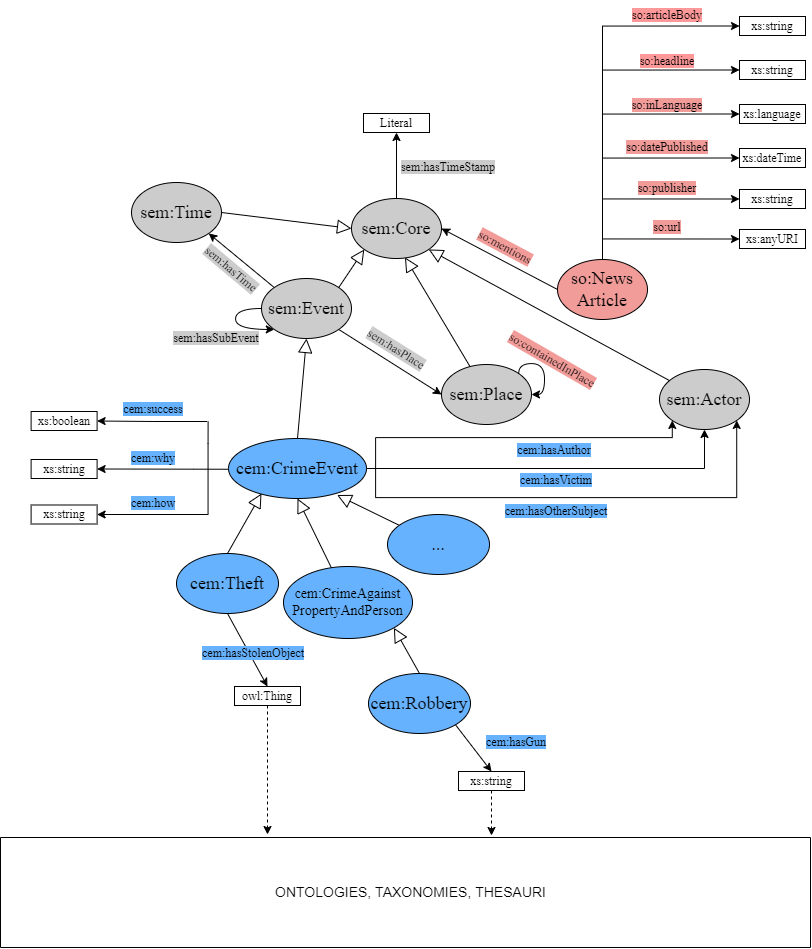
Earlier version of the draw.io export cem-model.png (federicarollo/Crime-Event-Model). Source tidied: cells renumbered, new cells last; positions are measured from the earlier drawing's top-left corner, leaving out a move shared by most shapes.
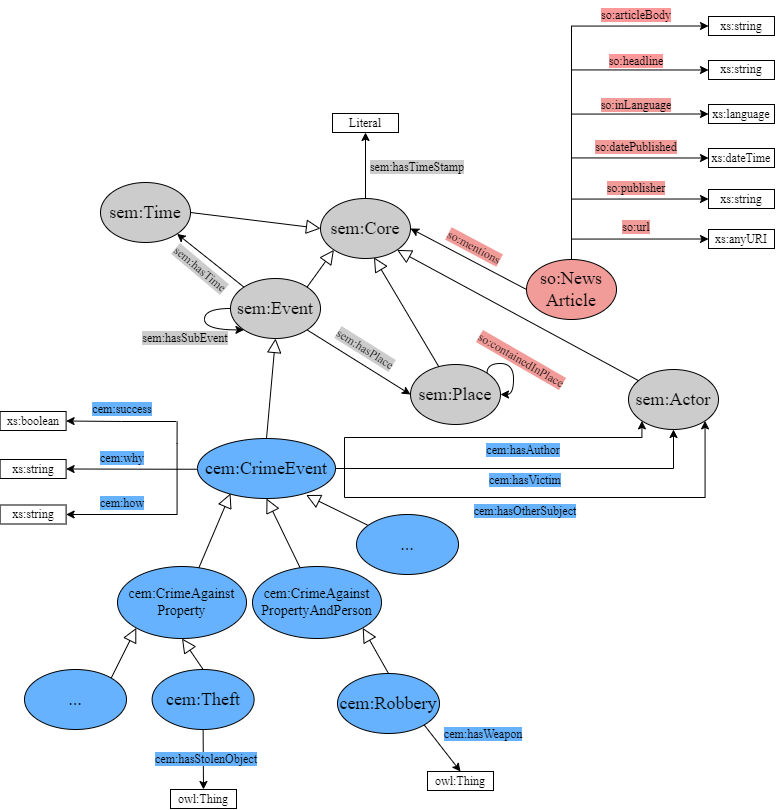
The same diagram one commit later.

Diff of the diagram source:
```diff
@@ -216,7 +216,7 @@
     <mxCell id="59" value="&lt;font style=&quot;font-size: 12px ; background-color: rgb(204 , 204 , 204)&quot;&gt;sem:hasTimeStamp&lt;/font&gt;" style="text;html=1;strokeColor=none;fillColor=none;align=center;verticalAlign=middle;whiteSpace=wrap;rounded=0;shadow=0;fontFamily=Times New Roman;fontSize=12;rotation=0;" parent="1" vertex="1">
       <mxGeometry x="418" y="152" width="60" height="30" as="geometry" />
     </mxCell>
-    <mxCell id="60" style="edgeStyle=none;html=1;endArrow=block;endFill=0;endSize=12;verticalAlign=bottom;rounded=0;fontFamily=Times New Roman;fontSize=10;entryX=0.5;entryY=1;entryDx=0;entryDy=0;shadow=0;exitX=0.5;exitY=0;exitDx=0;exitDy=0;" parent="1" edge="1" source="63">
+    <mxCell id="60" style="edgeStyle=none;html=1;endArrow=block;endFill=0;endSize=12;verticalAlign=bottom;rounded=0;fontFamily=Times New Roman;fontSize=10;entryX=0.5;entryY=1;entryDx=0;entryDy=0;shadow=0;exitX=0.612;exitY=0.097;exitDx=0;exitDy=0;exitPerimeter=0;" parent="1" edge="1" source="78">
       <mxGeometry relative="1" as="geometry">
         <mxPoint x="261" y="493" as="targetPoint" />
       </mxGeometry>
@@ -228,7 +228,7 @@
       <mxGeometry relative="1" as="geometry" />
     </mxCell>
     <mxCell id="63" value="&lt;font face=&quot;Times New Roman&quot; style=&quot;font-size: 18px&quot;&gt;cem:Theft&lt;br&gt;&lt;/font&gt;" style="ellipse;whiteSpace=wrap;html=1;fillColor=#66B2FF;shadow=0;" parent="1" vertex="1">
-      <mxGeometry x="176" y="553" width="102" height="60" as="geometry" />
+      <mxGeometry x="182.6" y="669" width="102" height="60" as="geometry" />
     </mxCell>
     <mxCell id="64" value="&lt;font face=&quot;Times New Roman&quot; style=&quot;&quot;&gt;&lt;font style=&quot;font-size: 14px;&quot;&gt;cem:CrimeAgainst&lt;br&gt;PropertyAndPerson&lt;/font&gt;&lt;br&gt;&lt;/font&gt;" style="ellipse;whiteSpace=wrap;html=1;fillColor=#66B2FF;shadow=0;" parent="1" vertex="1">
       <mxGeometry x="283" y="566" width="129" height="72" as="geometry" />
@@ -240,10 +240,10 @@
       <mxGeometry relative="1" as="geometry" />
     </mxCell>
     <mxCell id="67" value="&lt;font style=&quot;font-size: 12px ; background-color: rgb(102 , 178 , 255)&quot;&gt;cem:hasStolenObject&lt;/font&gt;" style="text;html=1;strokeColor=none;fillColor=none;align=center;verticalAlign=middle;whiteSpace=wrap;rounded=0;shadow=0;fontFamily=Times New Roman;fontSize=12;rotation=0;" parent="1" vertex="1">
-      <mxGeometry x="223" y="638" width="60" height="30" as="geometry" />
+      <mxGeometry x="207" y="744" width="60" height="30" as="geometry" />
     </mxCell>
     <mxCell id="68" value="owl:Thing" style="rounded=0;whiteSpace=wrap;html=1;shadow=0;fontFamily=Times New Roman;fontSize=12;fillColor=#FFFFFF;" parent="1" vertex="1">
-      <mxGeometry x="234" y="686" width="66" height="19" as="geometry" />
+      <mxGeometry x="201" y="789" width="66" height="19" as="geometry" />
     </mxCell>
     <mxCell id="69" style="edgeStyle=none;html=1;endArrow=block;endFill=0;endSize=12;verticalAlign=bottom;rounded=0;fontFamily=Times New Roman;fontSize=10;entryX=1;entryY=1;entryDx=0;entryDy=0;shadow=0;exitX=0.5;exitY=0;exitDx=0;exitDy=0;" parent="1" edge="1" source="70" target="64">
       <mxGeometry relative="1" as="geometry" />
@@ -254,27 +254,23 @@
     <mxCell id="71" style="rounded=0;jettySize=auto;html=1;exitX=1;exitY=1;exitDx=0;exitDy=0;fontFamily=Times New Roman;fontSize=12;elbow=vertical;shadow=0;entryX=0.5;entryY=0;entryDx=0;entryDy=0;" parent="1" edge="1" source="70" target="73">
       <mxGeometry relative="1" as="geometry" />
     </mxCell>
-    <mxCell id="72" value="&lt;font style=&quot;font-size: 12px ; background-color: rgb(102 , 178 , 255)&quot;&gt;cem:hasGun&lt;/font&gt;" style="text;html=1;strokeColor=none;fillColor=none;align=center;verticalAlign=middle;whiteSpace=wrap;rounded=0;shadow=0;fontFamily=Times New Roman;fontSize=12;rotation=0;" parent="1" vertex="1">
-      <mxGeometry x="486" y="727" width="60" height="30" as="geometry" />
+    <mxCell id="72" value="&lt;font style=&quot;font-size: 12px ; background-color: rgb(102 , 178 , 255)&quot;&gt;cem:hasWeapon&lt;/font&gt;" style="text;html=1;strokeColor=none;fillColor=none;align=center;verticalAlign=middle;whiteSpace=wrap;rounded=0;shadow=0;fontFamily=Times New Roman;fontSize=12;rotation=0;" parent="1" vertex="1">
+      <mxGeometry x="484" y="719" width="60" height="30" as="geometry" />
     </mxCell>
-    <mxCell id="73" value="xs:string" style="rounded=0;whiteSpace=wrap;html=1;shadow=0;fontFamily=Times New Roman;fontSize=12;fillColor=#FFFFFF;" parent="1" vertex="1">
+    <mxCell id="73" value="owl:Thing" style="rounded=0;whiteSpace=wrap;html=1;shadow=0;fontFamily=Times New Roman;fontSize=12;fillColor=#FFFFFF;" parent="1" vertex="1">
       <mxGeometry x="458" y="771" width="66" height="19" as="geometry" />
     </mxCell>
-    <mxCell id="74" style="swimlane;startSize=0;labelBackgroundColor=#F19C99;fontSize=14;fillColor=#F19C99;" parent="1" vertex="1">
-      <mxGeometry y="837" width="810" height="110" as="geometry" />
-    </mxCell>
-    <mxCell id="75" value="ONTOLOGIES, TAXONOMIES, THESAURI" style="text;html=1;align=center;verticalAlign=middle;strokeColor=none;fillColor=none;fontSize=14;" parent="74" vertex="1">
-      <mxGeometry x="270" y="44.5" width="280" height="21" as="geometry" />
-    </mxCell>
-    <mxCell id="76" style="endArrow=classic;html=1;rounded=0;fontSize=14;strokeWidth=1;exitX=0.5;exitY=1;exitDx=0;exitDy=0;dashed=1;" parent="1" edge="1" source="68">
-      <mxGeometry relative="1" as="geometry">
-        <mxPoint x="267" y="834" as="targetPoint" />
-      </mxGeometry>
-    </mxCell>
-    <mxCell id="77" style="endArrow=classic;html=1;rounded=0;fontSize=14;strokeWidth=1;exitX=0.5;exitY=1;exitDx=0;exitDy=0;dashed=1;" parent="1" edge="1" source="73">
-      <mxGeometry relative="1" as="geometry">
-        <mxPoint x="491" y="835" as="targetPoint" />
-      </mxGeometry>
-    </mxCell>
+    <mxCell id="78" value="&lt;font face=&quot;Times New Roman&quot; style=&quot;&quot;&gt;&lt;font style=&quot;font-size: 14px;&quot;&gt;cem:CrimeAgainst&lt;br&gt;Property&lt;/font&gt;&lt;br&gt;&lt;/font&gt;" style="ellipse;whiteSpace=wrap;html=1;fillColor=#66B2FF;shadow=0;" parent="1" vertex="1">
+      <mxGeometry x="148" y="566" width="129" height="72" as="geometry" />
+    </mxCell>
+    <mxCell id="79" style="edgeStyle=none;html=1;endArrow=block;endFill=0;endSize=12;verticalAlign=bottom;rounded=0;fontFamily=Times New Roman;fontSize=10;entryX=0.5;entryY=1;entryDx=0;entryDy=0;shadow=0;exitX=0.5;exitY=0;exitDx=0;exitDy=0;" parent="1" edge="1" source="63" target="78">
+      <mxGeometry relative="1" as="geometry" />
+    </mxCell>
+    <mxCell id="80" style="edgeStyle=none;html=1;endArrow=block;endFill=0;endSize=12;verticalAlign=bottom;rounded=0;fontFamily=Times New Roman;fontSize=10;shadow=0;entryX=0;entryY=1;entryDx=0;entryDy=0;exitX=1;exitY=0;exitDx=0;exitDy=0;" parent="1" edge="1" source="81" target="78">
+      <mxGeometry relative="1" as="geometry" />
+    </mxCell>
+    <mxCell id="81" value="&lt;font face=&quot;Times New Roman&quot; style=&quot;font-size: 18px&quot;&gt;...&lt;br&gt;&lt;/font&gt;" style="ellipse;whiteSpace=wrap;html=1;fillColor=#66B2FF;shadow=0;" parent="1" vertex="1">
+      <mxGeometry x="55" y="669" width="102" height="60" as="geometry" />
+    </mxCell>
   </root>
 </mxGraphModel>
```
